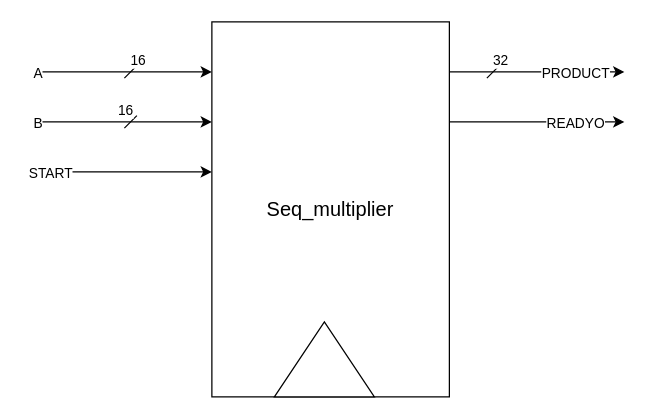
The draw.io diagram page "i/o" (1 of 3) of Moazzam/doc/Untitled Diagram.drawio in medsuet/Xcelerium-IC-Design-Training, before the edit. Source tidied: cells renumbered, new cells numbered last; positions are measured from the earlier drawing's top-left corner, leaving out a move shared by most shapes. Both pictures are drawn from the tidied source at 125%, with x=0, y=0 at pixel (36, 21).
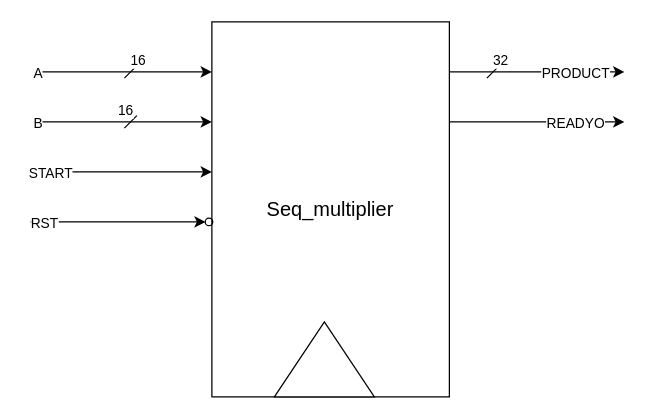
Above is the later version.

Unchanged cells that the change refers to:
```xml
<mxCell id="2" value="&lt;font style=&quot;font-size: 16px;&quot;&gt;Seq_multiplier&lt;/font&gt;" style="rounded=0;whiteSpace=wrap;html=1;" parent="1" vertex="1">
  <mxGeometry x="140" width="190" height="300" as="geometry" />
</mxCell>
```

Change to the diagram source:
```diff
@@
+    <mxCell id="20" style="edgeStyle=orthogonalEdgeStyle;rounded=0;jettySize=auto;html=1;exitX=0;exitY=0.5;exitDx=0;exitDy=0;endArrow=oval;endFill=0;" parent="1" edge="1" source="2">
+      <mxGeometry relative="1" as="geometry">
+        <mxPoint x="140" y="150" as="targetPoint" />
+      </mxGeometry>
+    </mxCell>
@@
+    <mxCell id="21" style="endArrow=classic;html=1;rounded=0;" parent="1" edge="1">
+      <mxGeometry relative="1" as="geometry">
+        <mxPoint x="-5" y="160" as="sourcePoint" />
+        <mxPoint x="135" y="160" as="targetPoint" />
+      </mxGeometry>
+    </mxCell>
+    <mxCell id="22" value="RST" style="edgeLabel;html=1;align=center;verticalAlign=middle;" parent="21" vertex="1">
+      <mxGeometry relative="1" as="geometry">
+        <mxPoint x="-60" as="offset" />
+      </mxGeometry>
+    </mxCell>
+    <mxCell id="23" style="edgeStyle=orthogonalEdgeStyle;rounded=0;orthogonalLoop=1;jettySize=auto;html=1;exitX=0;exitY=0.5;exitDx=0;exitDy=0;entryX=-0.012;entryY=0.5;entryDx=0;entryDy=0;entryPerimeter=0;endArrow=oval;endFill=0;" parent="1" edge="1">
+      <mxGeometry relative="1" as="geometry">
+        <mxPoint x="140" y="160" as="sourcePoint" />
+        <mxPoint x="137.7" y="160" as="targetPoint" />
+      </mxGeometry>
+    </mxCell>
```
